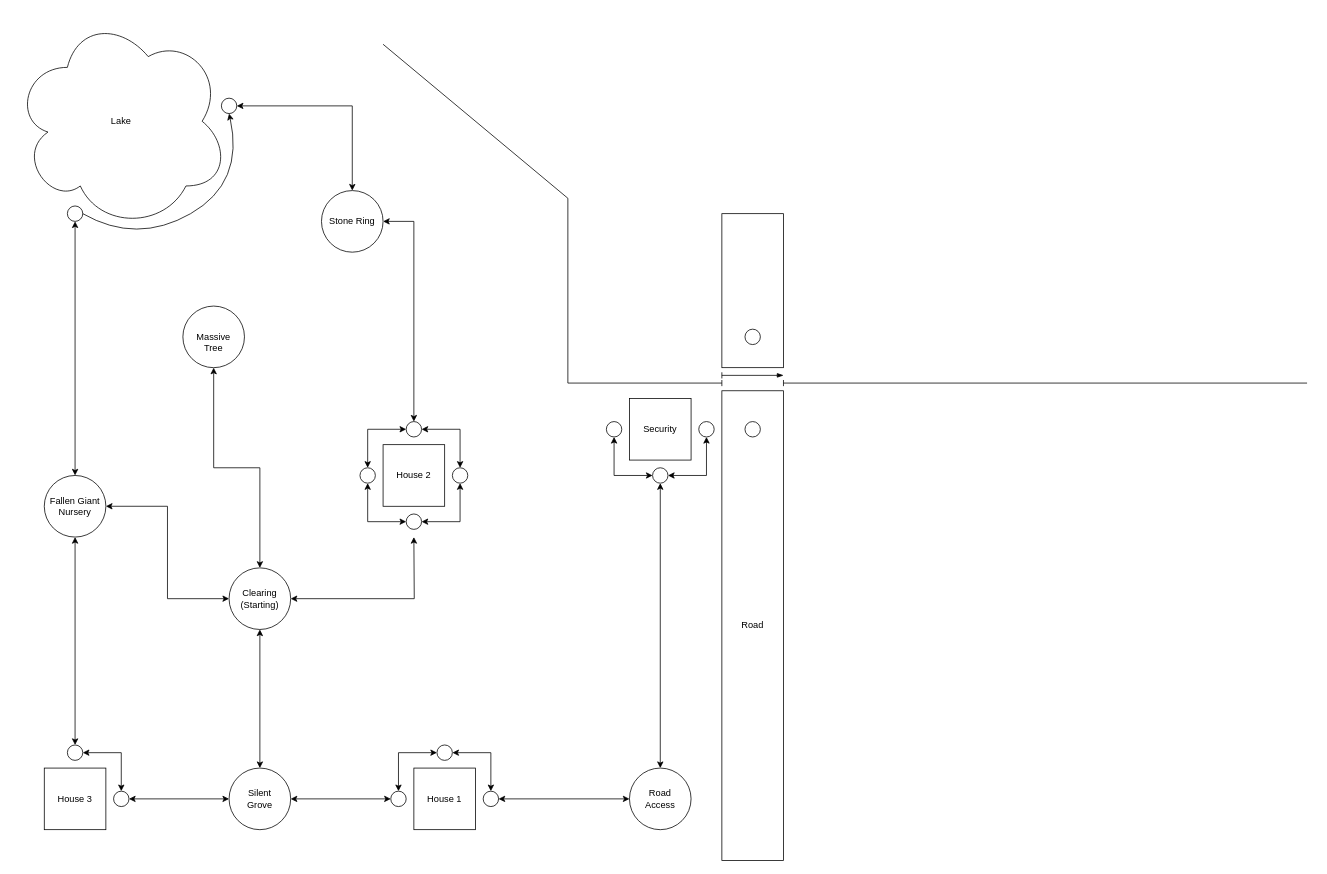
The draw.io diagram maps/Area1.drawio in wells19d/id10t-mnf, before the edit. Source tidied: cells renumbered, new cells numbered last; positions are measured from the earlier drawing's top-left corner, leaving out a move shared by most shapes. Both pictures are drawn from the tidied source at 77%, with x=0, y=0 at pixel (13, 13).
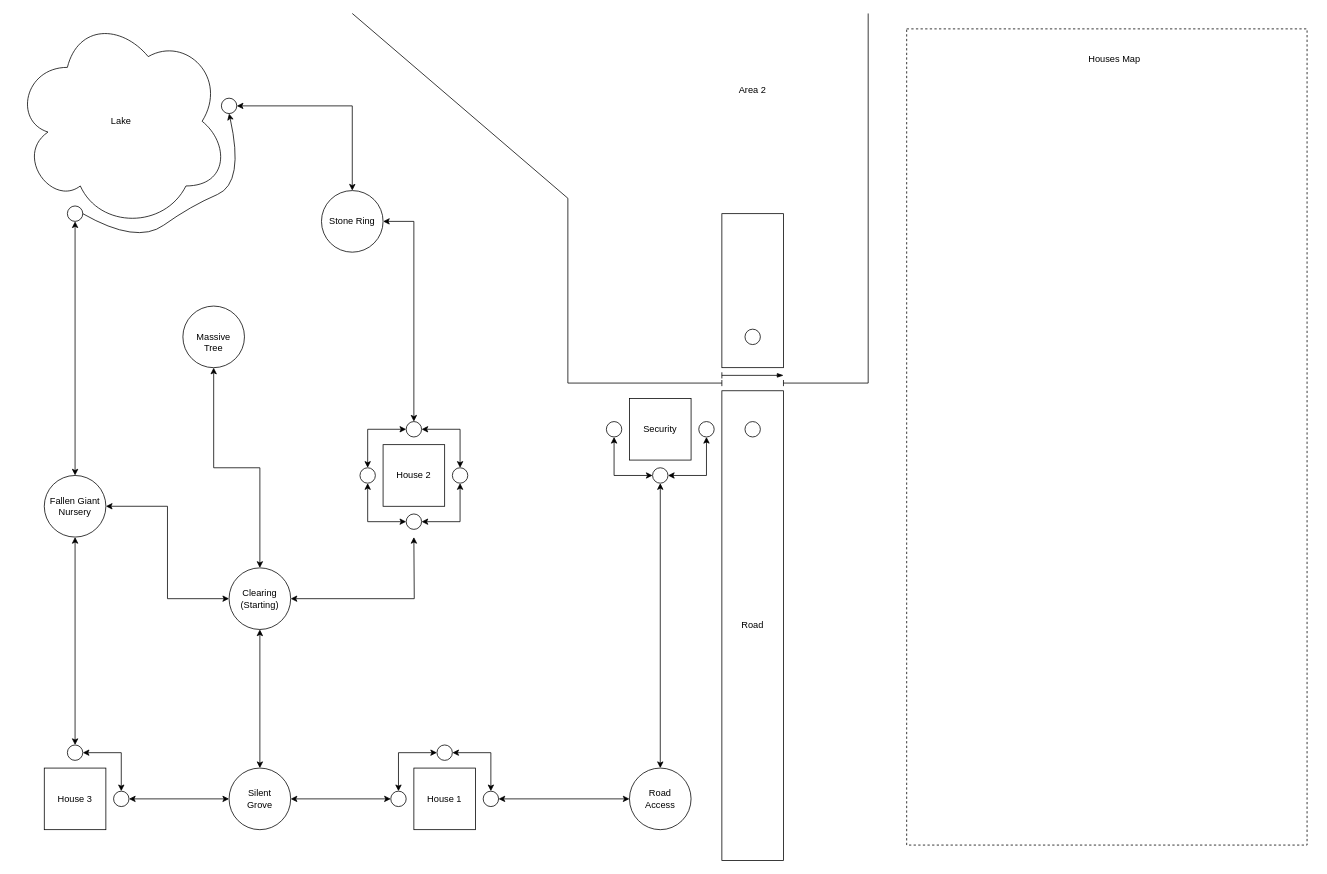
The same diagram, later.

Unchanged cells that the change refers to:
```xml
<mxCell id="7" value="&lt;div&gt;&lt;br/&gt;&lt;/div&gt;" style="ellipse;whiteSpace=wrap;html=1;shapeInside=1;strokeColor=light-dark(#000000,#99FF33);" parent="1" vertex="1">
  <mxGeometry x="70" y="250" width="20" height="20" as="geometry" />
</mxCell>
<mxCell id="23" value="&lt;div&gt;&lt;br/&gt;&lt;/div&gt;" style="ellipse;whiteSpace=wrap;html=1;shapeInside=1;strokeColor=light-dark(#000000,#99FF33);" parent="1" vertex="1">
  <mxGeometry x="270" y="110" width="20" height="20" as="geometry" />
</mxCell>
```

What changed in the source:
```diff
@@
     <mxCell id="44" style="endArrow=none;html=1;rounded=0;startArrow=baseDash;startFill=0;" parent="1" edge="1">
       <mxGeometry relative="1" as="geometry">
         <mxPoint x="1000" y="480" as="sourcePoint" />
-        <mxPoint x="1680" y="480" as="targetPoint" />
+        <mxPoint x="1110" y="480" as="targetPoint" />
       </mxGeometry>
     </mxCell>
@@
     <mxCell id="48" style="endArrow=none;html=1;rounded=0;" parent="1" edge="1">
       <mxGeometry relative="1" as="geometry">
         <mxPoint x="720" y="240" as="sourcePoint" />
-        <mxPoint x="480" y="40" as="targetPoint" />
+        <mxPoint x="440" as="targetPoint" />
       </mxGeometry>
     </mxCell>
@@
     <mxCell id="56" style="curved=1;endArrow=classic;html=1;rounded=0;entryX=0.5;entryY=1;entryDx=0;entryDy=0;exitX=1;exitY=0.5;exitDx=0;exitDy=0;" parent="1" edge="1" source="7" target="23">
       <mxGeometry relative="1" as="geometry">
         <Array as="points">
           <mxPoint x="160" y="300" />
+          <mxPoint x="230" y="250" />
           <mxPoint x="300" y="220" />
         </Array>
       </mxGeometry>
     </mxCell>
@@
+    <mxCell id="58" value="Area 2" style="text;html=1;whiteSpace=wrap;strokeColor=none;fillColor=none;align=center;verticalAlign=middle;rounded=0;" parent="1" vertex="1">
+      <mxGeometry x="840" y="40" width="240" height="120" as="geometry" />
+    </mxCell>
+    <mxCell id="59" style="rounded=0;whiteSpace=wrap;html=1;fillColor=none;dashed=1;" parent="1" vertex="1">
+      <mxGeometry x="1160" y="20" width="520" height="1060" as="geometry" />
+    </mxCell>
+    <mxCell id="60" style="endArrow=none;html=1;rounded=0;" parent="1" edge="1">
+      <mxGeometry relative="1" as="geometry">
+        <mxPoint x="1110" y="480" as="sourcePoint" />
+        <mxPoint x="1110" as="targetPoint" />
+      </mxGeometry>
+    </mxCell>
+    <mxCell id="61" value="Houses Map" style="text;html=1;whiteSpace=wrap;strokeColor=none;fillColor=none;align=center;verticalAlign=middle;rounded=0;" parent="1" vertex="1">
+      <mxGeometry x="1220" y="40" width="420" height="40" as="geometry" />
+    </mxCell>
```
